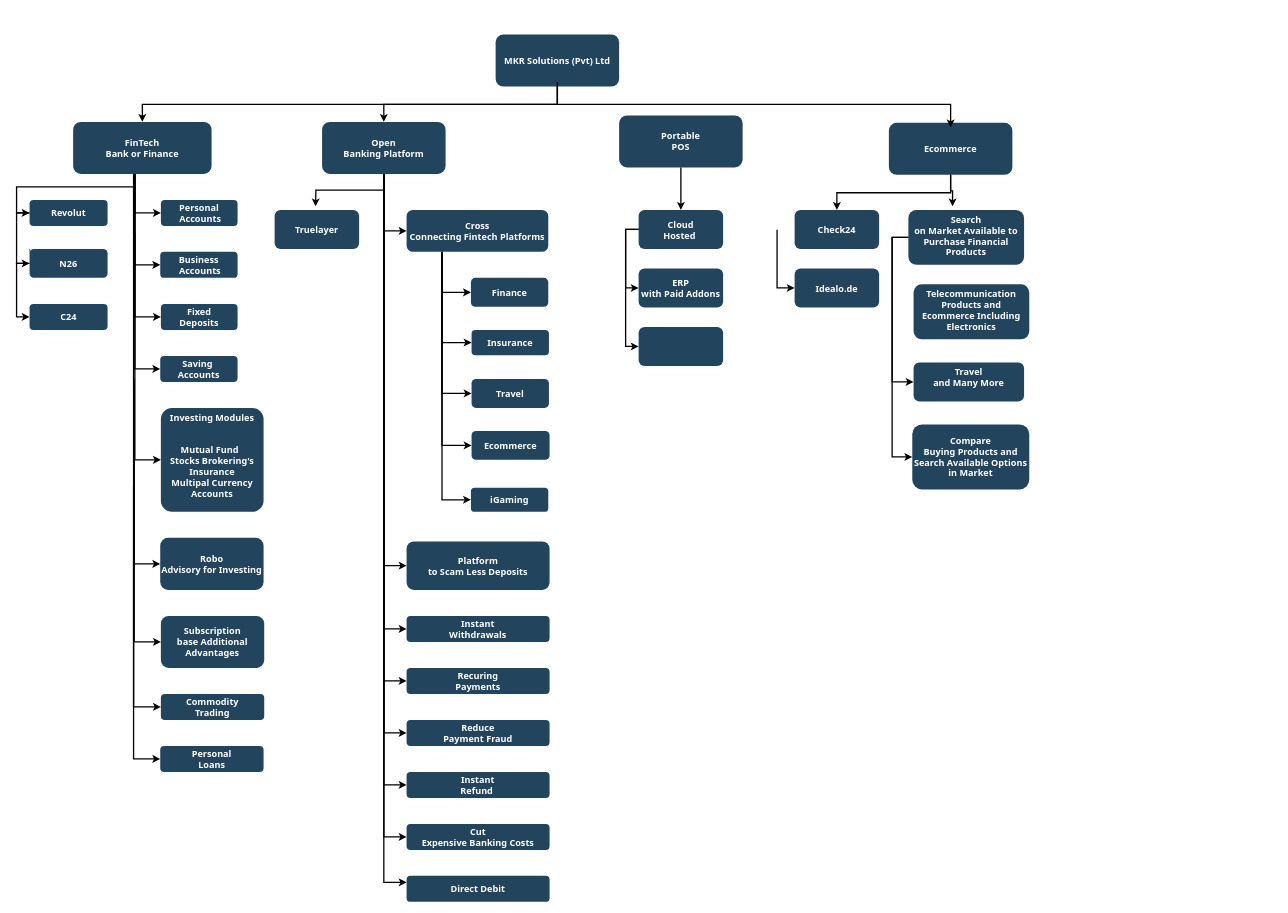
Earlier version of the draw.io diagram MKR.drawio (sachini9427/MKR). Source tidied: cells renumbered, new cells numbered last; positions are measured from the earlier drawing's top-left corner, leaving out a move shared by most shapes. Both pictures are drawn from the tidied source at 65%, with x=0, y=0 at pixel (16, 34).
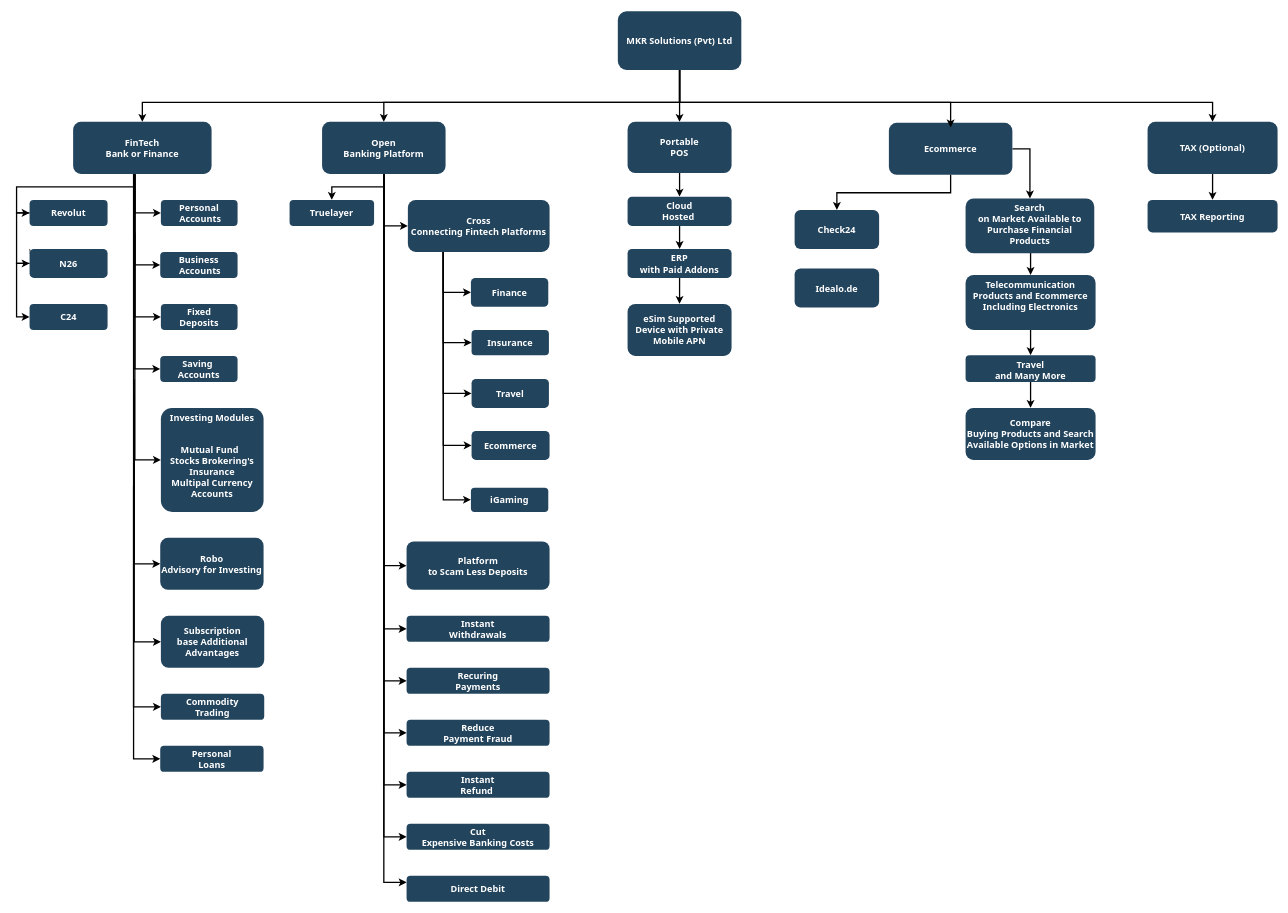
After the change.

The change refers to these unchanged cells:
```xml
<mxCell id="3" value="Ecommerce" style="rounded=1;fillColor=#23445D;gradientColor=none;strokeColor=none;fontColor=#FFFFFF;fontStyle=1;fontFamily=Tahoma;fontSize=14;" parent="1" vertex="1">
  <mxGeometry x="1342" y="135.5" width="190" height="80" as="geometry" />
</mxCell>
<mxCell id="15" value="Open&#10;Banking Platform" style="rounded=1;fillColor=#23445D;gradientColor=none;strokeColor=none;fontColor=#FFFFFF;fontStyle=1;fontFamily=Tahoma;fontSize=14;whiteSpace=wrap;" parent="1" vertex="1">
  <mxGeometry x="470" y="134" width="190" height="80" as="geometry" />
</mxCell>
<mxCell id="17" value="FinTech&#10;Bank or Finance" style="rounded=1;fillColor=#23445D;gradientColor=none;strokeColor=none;fontColor=#FFFFFF;fontStyle=1;fontFamily=Tahoma;fontSize=14;" parent="1" vertex="1">
  <mxGeometry x="87" y="134" width="213" height="80" as="geometry" />
</mxCell>
<mxCell id="48" value="Idealo.de" style="rounded=1;fillColor=#23445D;gradientColor=none;strokeColor=none;fontColor=#FFFFFF;fontStyle=1;fontFamily=Tahoma;fontSize=14;" parent="1" vertex="1">
  <mxGeometry x="1197" y="359.5" width="130" height="60" as="geometry" />
</mxCell>
```

Change to the diagram source:
```diff
@@
+    <mxCell id="82" style="edgeStyle=orthogonalEdgeStyle;rounded=0;jettySize=auto;html=1;exitX=0.5;exitY=1;exitDx=0;exitDy=0;strokeWidth=2;" parent="1" edge="1" source="2" target="91">
+      <mxGeometry relative="1" as="geometry">
+        <Array as="points">
+          <mxPoint x="1020" y="104" />
+          <mxPoint x="1840" y="104" />
+        </Array>
+      </mxGeometry>
+    </mxCell>
+    <mxCell id="83" style="edgeStyle=orthogonalEdgeStyle;rounded=0;jettySize=auto;html=1;exitX=0.5;exitY=1;exitDx=0;exitDy=0;entryX=0.5;entryY=0;entryDx=0;entryDy=0;strokeWidth=2;" parent="1" edge="1" source="2" target="5">
+      <mxGeometry relative="1" as="geometry" />
+    </mxCell>
+    <mxCell id="52" style="edgeStyle=orthogonalEdgeStyle;rounded=0;jettySize=auto;html=1;exitX=0.5;exitY=1;exitDx=0;exitDy=0;entryX=0.5;entryY=0;entryDx=0;entryDy=0;strokeWidth=2;" parent="1" edge="1" source="2" target="17">
+      <mxGeometry relative="1" as="geometry">
+        <Array as="points">
+          <mxPoint x="1020" y="104" />
+          <mxPoint x="194" y="104" />
+        </Array>
+      </mxGeometry>
+    </mxCell>
     <mxCell id="2" value="MKR Solutions (Pvt) Ltd" style="rounded=1;fillColor=#23445D;gradientColor=none;strokeColor=none;fontColor=#FFFFFF;fontStyle=1;fontFamily=Tahoma;fontSize=14;" parent="1" vertex="1">
-      <mxGeometry x="737" y="-0.5" width="190" height="80" as="geometry" />
+      <mxGeometry x="925" y="-36" width="190" height="90" as="geometry" />
     </mxCell>
+    <mxCell id="84" style="edgeStyle=orthogonalEdgeStyle;rounded=0;jettySize=auto;html=1;exitX=1;exitY=0.5;exitDx=0;exitDy=0;entryX=0.5;entryY=0;entryDx=0;entryDy=0;strokeWidth=2;" parent="1" edge="1" source="3" target="49">
+      <mxGeometry relative="1" as="geometry" />
+    </mxCell>
@@
-    <mxCell id="4" style="edgeStyle=elbowEdgeStyle;elbow=vertical;strokeWidth=2;rounded=0;" parent="1" edge="1">
+    <mxCell id="4" style="edgeStyle=elbowEdgeStyle;elbow=vertical;strokeWidth=2;rounded=0;exitX=0.5;exitY=1;exitDx=0;exitDy=0;" parent="1" edge="1" source="2">
       <mxGeometry x="337" y="215.5" as="geometry">
-        <mxPoint x="832" y="72.5" as="sourcePoint" />
         <mxPoint x="1437" y="142.5" as="targetPoint" />
         <Array as="points">
-          <mxPoint x="1020" y="107" />
+          <mxPoint x="1140" y="104" />
           <mxPoint x="1030" y="108" />
         </Array>
       </mxGeometry>
     </mxCell>
+    <mxCell id="63" style="edgeStyle=orthogonalEdgeStyle;rounded=0;jettySize=auto;html=1;exitX=0.5;exitY=1;exitDx=0;exitDy=0;entryX=0.5;entryY=0;entryDx=0;entryDy=0;strokeWidth=2;" parent="1" edge="1" source="5" target="44">
+      <mxGeometry relative="1" as="geometry" />
+    </mxCell>
     <mxCell id="5" value="Portable&#10;POS" style="rounded=1;fillColor=#23445D;gradientColor=none;strokeColor=none;fontColor=#FFFFFF;fontStyle=1;fontFamily=Tahoma;fontSize=14;" parent="1" vertex="1">
-      <mxGeometry x="927" y="124" width="190" height="80" as="geometry" />
+      <mxGeometry x="940" y="134" width="160" height="78.5" as="geometry" />
     </mxCell>
@@
-    <mxCell id="14" style="edgeStyle=orthogonalEdgeStyle;rounded=0;jettySize=auto;html=1;exitX=0.5;exitY=1;exitDx=0;exitDy=0;strokeWidth=2;" parent="1" edge="1" source="15">
-      <mxGeometry relative="1" as="geometry">
-        <mxPoint x="460" y="264" as="targetPoint" />
-      </mxGeometry>
-    </mxCell>
+    <mxCell id="85" style="edgeStyle=orthogonalEdgeStyle;rounded=0;jettySize=auto;html=1;exitX=0.5;exitY=1;exitDx=0;exitDy=0;entryX=0.5;entryY=0;entryDx=0;entryDy=0;strokeWidth=2;" parent="1" edge="1" source="15" target="29">
+      <mxGeometry relative="1" as="geometry" />
+    </mxCell>
@@
     <mxCell id="29" value="Truelayer" style="rounded=1;fillColor=#23445D;gradientColor=none;strokeColor=none;fontColor=#FFFFFF;fontStyle=1;fontFamily=Tahoma;fontSize=14;" parent="1" vertex="1">
-      <mxGeometry x="397" y="269.5" width="130" height="60" as="geometry" />
+      <mxGeometry x="420" y="254" width="130" height="40" as="geometry" />
     </mxCell>
@@
     <mxCell id="35" value="Cross&#10;Connecting Fintech Platforms" style="rounded=1;fillColor=#23445D;gradientColor=none;strokeColor=none;fontColor=#FFFFFF;fontStyle=1;fontFamily=Tahoma;fontSize=14;" parent="1" vertex="1">
-      <mxGeometry x="600" y="269.5" width="218" height="64.5" as="geometry" />
+      <mxGeometry x="602" y="254" width="218" height="80" as="geometry" />
     </mxCell>
@@
+    <mxCell id="58" style="edgeStyle=orthogonalEdgeStyle;rounded=0;jettySize=auto;html=1;exitX=0.5;exitY=1;exitDx=0;exitDy=0;entryX=0.5;entryY=0;entryDx=0;entryDy=0;strokeWidth=2;" parent="1" edge="1" source="44" target="45">
+      <mxGeometry relative="1" as="geometry" />
+    </mxCell>
     <mxCell id="44" value="Cloud&#10;Hosted " style="rounded=1;fillColor=#23445D;gradientColor=none;strokeColor=none;fontColor=#FFFFFF;fontStyle=1;fontFamily=Tahoma;fontSize=14;" parent="1" vertex="1">
-      <mxGeometry x="957" y="269.5" width="130" height="60" as="geometry" />
+      <mxGeometry x="940" y="249" width="160" height="45" as="geometry" />
     </mxCell>
+    <mxCell id="86" style="edgeStyle=orthogonalEdgeStyle;rounded=0;jettySize=auto;html=1;exitX=0.5;exitY=1;exitDx=0;exitDy=0;entryX=0.5;entryY=0;entryDx=0;entryDy=0;strokeWidth=2;" parent="1" edge="1" source="45" target="46">
+      <mxGeometry relative="1" as="geometry" />
+    </mxCell>
     <mxCell id="45" value="ERP&#10;with Paid Addons" style="rounded=1;fillColor=#23445D;gradientColor=none;strokeColor=none;fontColor=#FFFFFF;fontStyle=1;fontFamily=Tahoma;fontSize=14;" parent="1" vertex="1">
-      <mxGeometry x="957" y="359.5" width="130" height="60" as="geometry" />
+      <mxGeometry x="940" y="329.5" width="160" height="44.5" as="geometry" />
     </mxCell>
-    <mxCell id="46" style="rounded=1;fillColor=#23445D;gradientColor=none;strokeColor=none;fontColor=#FFFFFF;fontStyle=1;fontFamily=Tahoma;fontSize=14;" parent="1" vertex="1">
-      <mxGeometry x="957" y="449.5" width="130" height="60" as="geometry" />
+    <mxCell id="46" value="eSim Supported Device with Private Mobile APN" style="rounded=1;fillColor=#23445D;gradientColor=none;strokeColor=none;fontColor=#FFFFFF;fontStyle=1;fontFamily=Tahoma;fontSize=14;whiteSpace=wrap;" parent="1" vertex="1">
+      <mxGeometry x="940" y="414" width="160" height="80" as="geometry" />
     </mxCell>
@@
+    <mxCell id="87" style="edgeStyle=orthogonalEdgeStyle;rounded=0;jettySize=auto;html=1;exitX=0.5;exitY=1;exitDx=0;exitDy=0;entryX=0.5;entryY=0;entryDx=0;entryDy=0;strokeWidth=2;" parent="1" edge="1" source="49" target="80">
+      <mxGeometry relative="1" as="geometry" />
+    </mxCell>
     <mxCell id="49" value="Search&#10;on Market Available to Purchase Financial Products" style="rounded=1;fillColor=#23445D;gradientColor=none;strokeColor=none;fontColor=#FFFFFF;fontStyle=1;fontFamily=Tahoma;fontSize=14;verticalAlign=top;align=center;horizontal=1;labelBackgroundColor=none;labelBorderColor=none;textShadow=0;whiteSpace=wrap;" parent="1" vertex="1">
-      <mxGeometry x="1372" y="269.5" width="178" height="84.5" as="geometry" />
+      <mxGeometry x="1460" y="251.8" width="198" height="84.5" as="geometry" />
     </mxCell>
     <mxCell id="50" value="Compare&#10;Buying Products and Search Available Options in Market" style="rounded=1;fillColor=#23445D;gradientColor=none;strokeColor=none;fontColor=#FFFFFF;fontStyle=1;fontFamily=Tahoma;fontSize=14;whiteSpace=wrap;" parent="1" vertex="1">
-      <mxGeometry x="1378" y="599.5" width="180" height="100" as="geometry" />
+      <mxGeometry x="1460" y="574" width="200" height="80" as="geometry" />
     </mxCell>
     <mxCell id="51" style="edgeStyle=elbowEdgeStyle;elbow=vertical;strokeWidth=2;rounded=0;" parent="1" edge="1" source="2" target="15">
-      <mxGeometry x="347" y="225.5" as="geometry" />
+      <mxGeometry x="347" y="225.5" as="geometry">
+        <Array as="points">
+          <mxPoint x="700" y="104" />
+        </Array>
+      </mxGeometry>
     </mxCell>
-    <mxCell id="52" style="edgeStyle=elbowEdgeStyle;elbow=vertical;strokeWidth=2;rounded=0;" parent="1" edge="1" source="2" target="17">
-      <mxGeometry x="-23" y="135.5" as="geometry" />
-    </mxCell>
@@
-    <mxCell id="58" style="edgeStyle=elbowEdgeStyle;elbow=horizontal;strokeWidth=2;rounded=0;" parent="1" edge="1" source="44" target="45">
-      <mxGeometry x="-23" y="135.5" as="geometry">
-        <Array as="points">
-          <mxPoint x="937" y="349.5" />
-        </Array>
-      </mxGeometry>
-    </mxCell>
-    <mxCell id="59" style="edgeStyle=elbowEdgeStyle;elbow=horizontal;strokeWidth=2;rounded=0;" parent="1" edge="1" source="44" target="46">
-      <mxGeometry x="-23" y="135.5" as="geometry">
-        <Array as="points">
-          <mxPoint x="937" y="399.5" />
-        </Array>
-      </mxGeometry>
-    </mxCell>
-    <mxCell id="60" style="edgeStyle=elbowEdgeStyle;elbow=horizontal;strokeWidth=2;rounded=0;" parent="1" edge="1" target="48">
-      <mxGeometry x="-23" y="135.5" as="geometry">
-        <mxPoint x="1170" y="300" as="sourcePoint" />
-        <Array as="points">
-          <mxPoint x="1170" y="514" />
-        </Array>
-      </mxGeometry>
-    </mxCell>
-    <mxCell id="61" style="edgeStyle=elbowEdgeStyle;elbow=horizontal;strokeWidth=2;rounded=0;entryX=0;entryY=0.5;entryDx=0;entryDy=0;" parent="1" edge="1" source="49" target="81">
-      <mxGeometry x="-23" y="135.5" as="geometry">
-        <Array as="points">
-          <mxPoint x="1347" y="409.5" />
-        </Array>
-      </mxGeometry>
-    </mxCell>
-    <mxCell id="62" style="edgeStyle=elbowEdgeStyle;elbow=horizontal;strokeWidth=2;rounded=0;entryX=0;entryY=0.5;entryDx=0;entryDy=0;" parent="1" edge="1" source="49" target="50">
-      <mxGeometry x="-23" y="135.5" as="geometry">
-        <Array as="points">
-          <mxPoint x="1347" y="439.5" />
-        </Array>
-      </mxGeometry>
-    </mxCell>
-    <mxCell id="63" style="edgeStyle=elbowEdgeStyle;elbow=vertical;strokeWidth=2;rounded=0;" parent="1" edge="1" source="5" target="44">
-      <mxGeometry x="-23" y="135.5" as="geometry" />
-    </mxCell>
@@
-    <mxCell id="65" style="edgeStyle=elbowEdgeStyle;elbow=vertical;strokeWidth=2;rounded=0;" parent="1" edge="1" source="3">
-      <mxGeometry x="-23" y="135.5" as="geometry">
-        <mxPoint x="1440" y="264" as="targetPoint" />
-      </mxGeometry>
-    </mxCell>
@@
+    <mxCell id="88" style="edgeStyle=orthogonalEdgeStyle;rounded=0;jettySize=auto;html=1;exitX=0.5;exitY=1;exitDx=0;exitDy=0;entryX=0.5;entryY=0;entryDx=0;entryDy=0;strokeWidth=2;" parent="1" edge="1" source="80" target="81">
+      <mxGeometry relative="1" as="geometry" />
+    </mxCell>
     <mxCell id="80" value="Telecommunication&#10;Products and Ecommerce Including Electronics" style="rounded=1;fillColor=#23445D;gradientColor=none;strokeColor=none;fontColor=#FFFFFF;fontStyle=1;fontFamily=Tahoma;fontSize=14;verticalAlign=top;align=center;horizontal=1;labelBackgroundColor=none;labelBorderColor=none;textShadow=0;whiteSpace=wrap;" parent="1" vertex="1">
-      <mxGeometry x="1380" y="384" width="178" height="84.5" as="geometry" />
+      <mxGeometry x="1460" y="369.5" width="200" height="84.5" as="geometry" />
     </mxCell>
+    <mxCell id="89" style="edgeStyle=orthogonalEdgeStyle;rounded=0;jettySize=auto;html=1;exitX=0.5;exitY=1;exitDx=0;exitDy=0;entryX=0.5;entryY=0;entryDx=0;entryDy=0;strokeWidth=2;" parent="1" edge="1" source="81" target="50">
+      <mxGeometry relative="1" as="geometry" />
+    </mxCell>
     <mxCell id="81" value="Travel&#10;and Many More" style="rounded=1;fillColor=#23445D;gradientColor=none;strokeColor=none;fontColor=#FFFFFF;fontStyle=1;fontFamily=Tahoma;fontSize=14;verticalAlign=top;align=center;horizontal=1;labelBackgroundColor=none;labelBorderColor=none;textShadow=0;whiteSpace=wrap;" parent="1" vertex="1">
-      <mxGeometry x="1380" y="504" width="170" height="60" as="geometry" />
+      <mxGeometry x="1460" y="493" width="200" height="41" as="geometry" />
     </mxCell>
+    <mxCell id="90" style="edgeStyle=orthogonalEdgeStyle;rounded=0;jettySize=auto;html=1;exitX=0.5;exitY=1;exitDx=0;exitDy=0;strokeWidth=2;" parent="1" edge="1" source="91" target="92">
+      <mxGeometry relative="1" as="geometry" />
+    </mxCell>
+    <mxCell id="91" value="TAX (Optional)" style="rounded=1;fillColor=#23445D;gradientColor=none;strokeColor=none;fontColor=#FFFFFF;fontStyle=1;fontFamily=Tahoma;fontSize=14;" parent="1" vertex="1">
+      <mxGeometry x="1740" y="134" width="200" height="80" as="geometry" />
+    </mxCell>
+    <mxCell id="92" value="TAX Reporting" style="rounded=1;fillColor=#23445D;gradientColor=none;strokeColor=none;fontColor=#FFFFFF;fontStyle=1;fontFamily=Tahoma;fontSize=14;" parent="1" vertex="1">
+      <mxGeometry x="1740" y="254" width="200" height="50" as="geometry" />
+    </mxCell>
```
